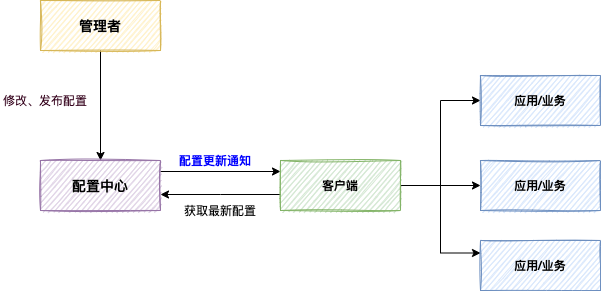
Above: pics/schedule/zookeeperconfig.png in makemyownlife/makemyownlife.github.io (draw.io), before the change. Source tidied: cells renumbered, new cells last; positions are measured from the earlier drawing's top-left corner, leaving out a move shared by most shapes. The source it was exported from:
```xml
<mxGraphModel>
  <root>
    <mxCell id="0" />
    <mxCell id="1" parent="0" />
    <mxCell id="2" style="edgeStyle=orthogonalEdgeStyle;rounded=0;jettySize=auto;html=1;" parent="1" edge="1" source="3" target="5">
      <mxGeometry relative="1" as="geometry" />
    </mxCell>
    <mxCell id="3" value="&lt;b&gt;&lt;font style=&quot;font-size: 14px&quot;&gt;管理者&lt;/font&gt;&lt;/b&gt;" style="rounded=0;whiteSpace=wrap;html=1;glass=0;sketch=1;strokeWidth=1;fillColor=#fff2cc;strokeColor=#d6b656;" parent="1" vertex="1">
      <mxGeometry x="40" width="120" height="50" as="geometry" />
    </mxCell>
    <mxCell id="4" style="edgeStyle=orthogonalEdgeStyle;rounded=0;orthogonalLoop=1;jettySize=auto;html=1;" parent="1" edge="1">
      <mxGeometry relative="1" as="geometry">
        <mxPoint x="160" y="171" as="sourcePoint" />
        <mxPoint x="280" y="171" as="targetPoint" />
      </mxGeometry>
    </mxCell>
    <mxCell id="5" value="&lt;b&gt;&lt;font style=&quot;font-size: 14px&quot;&gt;配置中心&lt;/font&gt;&lt;/b&gt;" style="rounded=0;whiteSpace=wrap;html=1;glass=0;sketch=1;strokeWidth=1;fillColor=#e1d5e7;strokeColor=#9673a6;" parent="1" vertex="1">
      <mxGeometry x="40" y="160" width="120" height="50" as="geometry" />
    </mxCell>
    <mxCell id="6" value="&lt;font color=&quot;#33001a&quot;&gt;修改、发布配置&lt;/font&gt;" style="text;html=1;strokeColor=none;fillColor=none;align=center;verticalAlign=middle;whiteSpace=wrap;rounded=0;" parent="1" vertex="1">
      <mxGeometry y="90" width="90" height="20" as="geometry" />
    </mxCell>
    <mxCell id="7" style="edgeStyle=orthogonalEdgeStyle;rounded=0;orthogonalLoop=1;jettySize=auto;html=1;" parent="1" edge="1">
      <mxGeometry relative="1" as="geometry">
        <mxPoint x="280" y="194" as="sourcePoint" />
        <mxPoint x="160" y="194" as="targetPoint" />
        <Array as="points">
          <mxPoint x="220" y="194" />
          <mxPoint x="220" y="194" />
        </Array>
      </mxGeometry>
    </mxCell>
    <mxCell id="8" style="edgeStyle=orthogonalEdgeStyle;rounded=0;jettySize=auto;html=1;entryX=0;entryY=0.5;entryDx=0;entryDy=0;" parent="1" edge="1" source="11" target="14">
      <mxGeometry relative="1" as="geometry" />
    </mxCell>
    <mxCell id="9" style="edgeStyle=orthogonalEdgeStyle;rounded=0;jettySize=auto;html=1;entryX=0;entryY=0.5;entryDx=0;entryDy=0;" parent="1" edge="1" source="11" target="15">
      <mxGeometry relative="1" as="geometry" />
    </mxCell>
    <mxCell id="10" style="edgeStyle=orthogonalEdgeStyle;rounded=0;jettySize=auto;html=1;entryX=0;entryY=0.25;entryDx=0;entryDy=0;" parent="1" edge="1" source="11" target="16">
      <mxGeometry relative="1" as="geometry" />
    </mxCell>
    <mxCell id="11" value="&lt;b&gt;客户端&lt;/b&gt;" style="rounded=0;whiteSpace=wrap;html=1;glass=0;sketch=1;strokeWidth=1;fillColor=#d5e8d4;strokeColor=#82b366;" parent="1" vertex="1">
      <mxGeometry x="280" y="160" width="120" height="50" as="geometry" />
    </mxCell>
    <mxCell id="12" value="&lt;font color=&quot;#0000ff&quot;&gt;&lt;b&gt;配置更新通知&lt;/b&gt;&lt;/font&gt;" style="text;html=1;strokeColor=none;fillColor=none;align=center;verticalAlign=middle;whiteSpace=wrap;rounded=0;" parent="1" vertex="1">
      <mxGeometry x="170" y="150" width="90" height="20" as="geometry" />
    </mxCell>
    <mxCell id="13" value="获取最新配置" style="text;html=1;strokeColor=none;fillColor=none;align=center;verticalAlign=middle;whiteSpace=wrap;rounded=0;" parent="1" vertex="1">
      <mxGeometry x="175" y="200" width="90" height="20" as="geometry" />
    </mxCell>
    <mxCell id="14" value="&lt;b&gt;应用/业务&lt;/b&gt;" style="rounded=0;whiteSpace=wrap;html=1;glass=0;sketch=1;strokeWidth=1;fillColor=#dae8fc;strokeColor=#6c8ebf;" parent="1" vertex="1">
      <mxGeometry x="480" y="75" width="120" height="50" as="geometry" />
    </mxCell>
    <mxCell id="15" value="&lt;b&gt;应用/业务&lt;/b&gt;" style="rounded=0;whiteSpace=wrap;html=1;glass=0;sketch=1;strokeWidth=1;fillColor=#dae8fc;strokeColor=#6c8ebf;" parent="1" vertex="1">
      <mxGeometry x="480" y="160" width="120" height="50" as="geometry" />
    </mxCell>
    <mxCell id="16" value="&lt;b&gt;应用/业务&lt;/b&gt;" style="rounded=0;whiteSpace=wrap;html=1;glass=0;sketch=1;strokeWidth=1;fillColor=#dae8fc;strokeColor=#6c8ebf;" parent="1" vertex="1">
      <mxGeometry x="480" y="240" width="120" height="50" as="geometry" />
    </mxCell>
  </root>
</mxGraphModel>
```
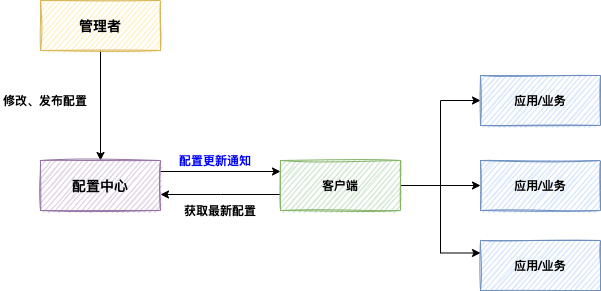
The same file after the commit.

Change to the diagram source:
```diff
@@ -17,7 +17,7 @@
     <mxCell id="5" value="&lt;b&gt;&lt;font style=&quot;font-size: 14px&quot;&gt;配置中心&lt;/font&gt;&lt;/b&gt;" style="rounded=0;whiteSpace=wrap;html=1;glass=0;sketch=1;strokeWidth=1;fillColor=#e1d5e7;strokeColor=#9673a6;" parent="1" vertex="1">
       <mxGeometry x="40" y="160" width="120" height="50" as="geometry" />
     </mxCell>
-    <mxCell id="6" value="&lt;font color=&quot;#33001a&quot;&gt;修改、发布配置&lt;/font&gt;" style="text;html=1;strokeColor=none;fillColor=none;align=center;verticalAlign=middle;whiteSpace=wrap;rounded=0;" parent="1" vertex="1">
+    <mxCell id="6" value="&lt;b&gt;修改、发布配置&lt;/b&gt;" style="text;html=1;strokeColor=none;fillColor=none;align=center;verticalAlign=middle;whiteSpace=wrap;rounded=0;" parent="1" vertex="1">
       <mxGeometry y="90" width="90" height="20" as="geometry" />
     </mxCell>
     <mxCell id="7" style="edgeStyle=orthogonalEdgeStyle;rounded=0;orthogonalLoop=1;jettySize=auto;html=1;" parent="1" edge="1">
@@ -45,7 +45,7 @@
     <mxCell id="12" value="&lt;font color=&quot;#0000ff&quot;&gt;&lt;b&gt;配置更新通知&lt;/b&gt;&lt;/font&gt;" style="text;html=1;strokeColor=none;fillColor=none;align=center;verticalAlign=middle;whiteSpace=wrap;rounded=0;" parent="1" vertex="1">
       <mxGeometry x="170" y="150" width="90" height="20" as="geometry" />
     </mxCell>
-    <mxCell id="13" value="获取最新配置" style="text;html=1;strokeColor=none;fillColor=none;align=center;verticalAlign=middle;whiteSpace=wrap;rounded=0;" parent="1" vertex="1">
+    <mxCell id="13" value="&lt;b&gt;获取最新配置&lt;/b&gt;" style="text;html=1;strokeColor=none;fillColor=none;align=center;verticalAlign=middle;whiteSpace=wrap;rounded=0;" parent="1" vertex="1">
       <mxGeometry x="175" y="200" width="90" height="20" as="geometry" />
     </mxCell>
     <mxCell id="14" value="&lt;b&gt;应用/业务&lt;/b&gt;" style="rounded=0;whiteSpace=wrap;html=1;glass=0;sketch=1;strokeWidth=1;fillColor=#dae8fc;strokeColor=#6c8ebf;" parent="1" vertex="1">
```
